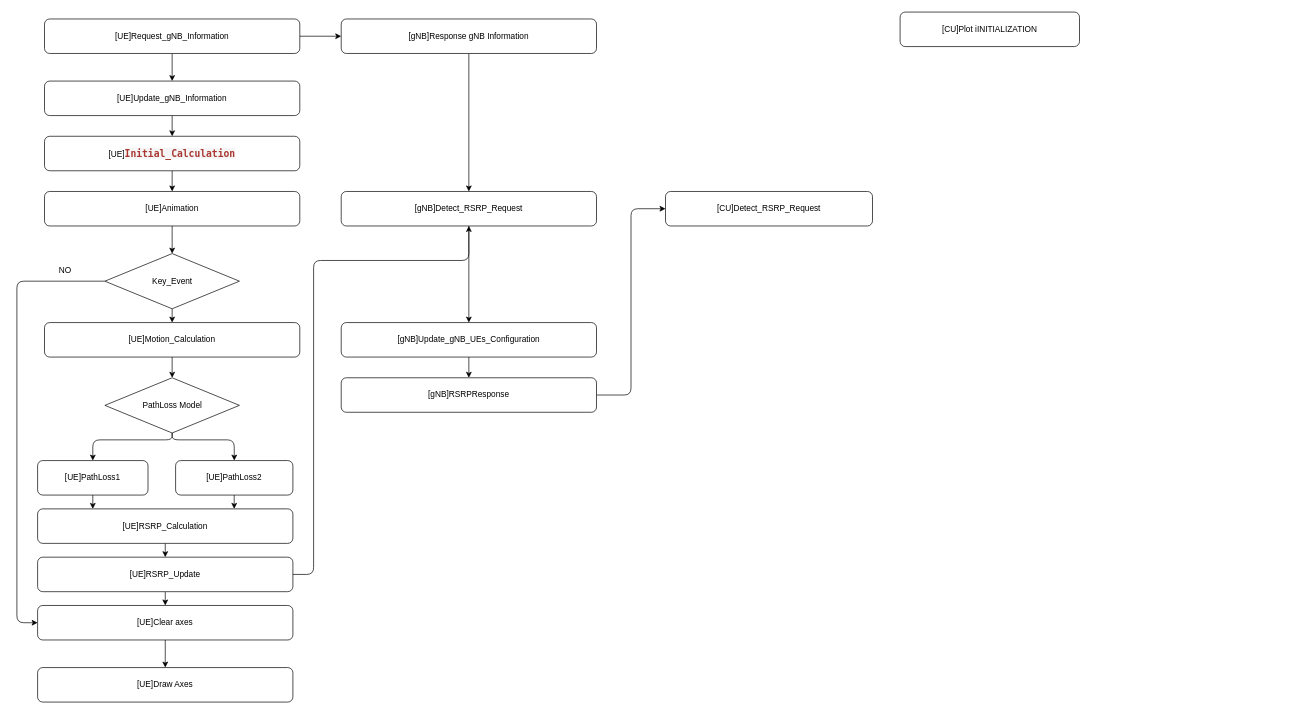
Before: page "Flow Chart" (2 of 2) of Images/RSRP_Detection.drawio in TsaiChuWang/Cloud-RAN-Simulation-Electronic-Fence-Based-on-NFV, a draw.io diagram. Source tidied: cells renumbered, new cells numbered last; positions are measured from the earlier drawing's top-left corner, leaving out a move shared by most shapes. Both pictures are drawn from the tidied source at 69%, with x=0, y=0 at pixel (17, 12).
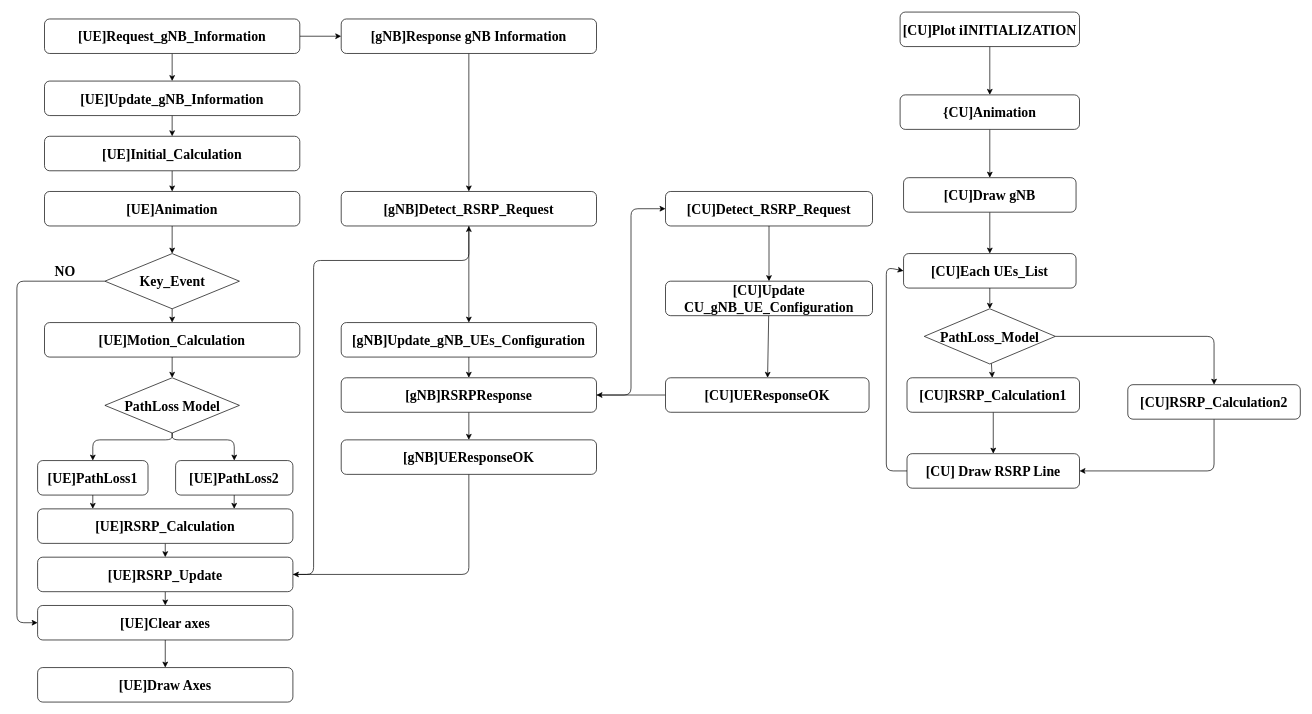
Above is the later version.

Change to the diagram source:
```diff
@@
-    <mxCell id="2" style="edgeStyle=none;html=1;" parent="1" edge="1" source="4" target="6">
+    <mxCell id="2" style="edgeStyle=none;html=1;labelBackgroundColor=none;fontFamily=Times New Roman;fontSize=20;fontStyle=1;fontColor=#000000;" parent="1" edge="1" source="4" target="6">
       <mxGeometry relative="1" as="geometry" />
     </mxCell>
-    <mxCell id="3" style="edgeStyle=none;html=1;" parent="1" edge="1" source="4" target="12">
+    <mxCell id="3" style="edgeStyle=none;html=1;labelBackgroundColor=none;fontFamily=Times New Roman;fontSize=20;fontStyle=1;fontColor=#000000;" parent="1" edge="1" source="4" target="12">
       <mxGeometry relative="1" as="geometry" />
     </mxCell>
-    <mxCell id="4" value="[UE]Request_gNB_Information" style="rounded=1;whiteSpace=wrap;html=1;" parent="1" vertex="1">
+    <mxCell id="4" value="[UE]Request_gNB_Information" style="rounded=1;whiteSpace=wrap;html=1;labelBackgroundColor=none;fontFamily=Times New Roman;fontSize=20;fontStyle=1;fontColor=#000000;" parent="1" vertex="1">
       <mxGeometry x="40" y="10" width="370" height="50" as="geometry" />
     </mxCell>
-    <mxCell id="5" style="edgeStyle=none;html=1;" parent="1" edge="1" source="6" target="8">
+    <mxCell id="5" style="edgeStyle=none;html=1;labelBackgroundColor=none;fontFamily=Times New Roman;fontSize=20;fontStyle=1;fontColor=#000000;" parent="1" edge="1" source="6" target="8">
       <mxGeometry relative="1" as="geometry" />
     </mxCell>
-    <mxCell id="6" value="[UE]Update_gNB_Information" style="rounded=1;whiteSpace=wrap;html=1;" parent="1" vertex="1">
+    <mxCell id="6" value="[UE]Update_gNB_Information" style="rounded=1;whiteSpace=wrap;html=1;labelBackgroundColor=none;fontFamily=Times New Roman;fontSize=20;fontStyle=1;fontColor=#000000;" parent="1" vertex="1">
       <mxGeometry x="40" y="100" width="370" height="50" as="geometry" />
     </mxCell>
-    <mxCell id="7" style="edgeStyle=none;html=1;" parent="1" edge="1" source="8" target="10">
+    <mxCell id="7" style="edgeStyle=none;html=1;labelBackgroundColor=none;fontFamily=Times New Roman;fontSize=20;fontStyle=1;fontColor=#000000;" parent="1" edge="1" source="8" target="10">
       <mxGeometry relative="1" as="geometry" />
     </mxCell>
-    <mxCell id="8" value="[UE]&lt;span style=&quot;color: rgb(170 , 55 , 49) ; font-weight: bold ; background-color: rgb(245 , 245 , 245) ; font-family: &amp;#34;droid sans mono&amp;#34; , &amp;#34;monospace&amp;#34; , monospace ; font-size: 14px&quot;&gt;Initial_Calculation&lt;/span&gt;" style="rounded=1;whiteSpace=wrap;html=1;" parent="1" vertex="1">
+    <mxCell id="8" value="[UE]&lt;span style=&quot;font-size: 20px;&quot;&gt;Initial_Calculation&lt;/span&gt;" style="rounded=1;whiteSpace=wrap;html=1;labelBackgroundColor=none;fontFamily=Times New Roman;fontSize=20;fontStyle=1;fontColor=#000000;" parent="1" vertex="1">
       <mxGeometry x="40" y="180" width="370" height="50" as="geometry" />
     </mxCell>
-    <mxCell id="9" style="edgeStyle=none;html=1;" parent="1" edge="1" source="10" target="15">
+    <mxCell id="9" style="edgeStyle=none;html=1;labelBackgroundColor=none;fontFamily=Times New Roman;fontSize=20;fontStyle=1;fontColor=#000000;" parent="1" edge="1" source="10" target="15">
       <mxGeometry relative="1" as="geometry" />
     </mxCell>
-    <mxCell id="10" value="[UE]Animation" style="rounded=1;whiteSpace=wrap;html=1;" parent="1" vertex="1">
+    <mxCell id="10" value="[UE]Animation" style="rounded=1;whiteSpace=wrap;html=1;labelBackgroundColor=none;fontFamily=Times New Roman;fontSize=20;fontStyle=1;fontColor=#000000;" parent="1" vertex="1">
       <mxGeometry x="40" y="260" width="370" height="50" as="geometry" />
     </mxCell>
-    <mxCell id="11" style="edgeStyle=none;html=1;" parent="1" edge="1" source="12" target="35">
+    <mxCell id="11" style="edgeStyle=none;html=1;labelBackgroundColor=none;fontFamily=Times New Roman;fontSize=20;fontStyle=1;fontColor=#000000;" parent="1" edge="1" source="12" target="35">
       <mxGeometry relative="1" as="geometry" />
     </mxCell>
-    <mxCell id="12" value="[gNB]Response gNB Information" style="rounded=1;whiteSpace=wrap;html=1;" parent="1" vertex="1">
+    <mxCell id="12" value="[gNB]Response gNB Information" style="rounded=1;whiteSpace=wrap;html=1;labelBackgroundColor=none;fontFamily=Times New Roman;fontSize=20;fontStyle=1;fontColor=#000000;" parent="1" vertex="1">
       <mxGeometry x="470" y="10" width="370" height="50" as="geometry" />
     </mxCell>
-    <mxCell id="13" style="edgeStyle=none;html=1;entryX=0;entryY=0.5;entryDx=0;entryDy=0;exitX=0;exitY=0.5;exitDx=0;exitDy=0;" parent="1" edge="1" source="15" target="17">
+    <mxCell id="13" style="edgeStyle=none;html=1;entryX=0;entryY=0.5;entryDx=0;entryDy=0;exitX=0;exitY=0.5;exitDx=0;exitDy=0;labelBackgroundColor=none;fontFamily=Times New Roman;fontSize=20;fontStyle=1;fontColor=#000000;" parent="1" edge="1" source="15" target="17">
       <mxGeometry relative="1" as="geometry">
         <Array as="points">
           <mxPoint y="390" />
           <mxPoint y="885" />
         </Array>
       </mxGeometry>
     </mxCell>
-    <mxCell id="14" style="edgeStyle=none;html=1;entryX=0.5;entryY=0;entryDx=0;entryDy=0;" parent="1" edge="1" source="15" target="20">
+    <mxCell id="14" style="edgeStyle=none;html=1;entryX=0.5;entryY=0;entryDx=0;entryDy=0;labelBackgroundColor=none;fontFamily=Times New Roman;fontSize=20;fontStyle=1;fontColor=#000000;" parent="1" edge="1" source="15" target="20">
       <mxGeometry relative="1" as="geometry" />
     </mxCell>
-    <mxCell id="15" value="Key_Event" style="rhombus;whiteSpace=wrap;html=1;" parent="1" vertex="1">
+    <mxCell id="15" value="Key_Event" style="rhombus;whiteSpace=wrap;html=1;labelBackgroundColor=none;fontFamily=Times New Roman;fontSize=20;fontStyle=1;fontColor=#000000;" parent="1" vertex="1">
       <mxGeometry x="127.5" y="350" width="195" height="80" as="geometry" />
     </mxCell>
-    <mxCell id="16" style="edgeStyle=none;html=1;" parent="1" edge="1" source="17" target="18">
+    <mxCell id="16" style="edgeStyle=none;html=1;labelBackgroundColor=none;fontFamily=Times New Roman;fontSize=20;fontStyle=1;fontColor=#000000;" parent="1" edge="1" source="17" target="18">
       <mxGeometry relative="1" as="geometry" />
     </mxCell>
-    <mxCell id="17" value="[UE]Clear axes" style="rounded=1;whiteSpace=wrap;html=1;" parent="1" vertex="1">
+    <mxCell id="17" value="[UE]Clear axes" style="rounded=1;whiteSpace=wrap;html=1;labelBackgroundColor=none;fontFamily=Times New Roman;fontSize=20;fontStyle=1;fontColor=#000000;" parent="1" vertex="1">
       <mxGeometry x="30" y="860" width="370" height="50" as="geometry" />
     </mxCell>
-    <mxCell id="18" value="[UE]Draw Axes" style="rounded=1;whiteSpace=wrap;html=1;" parent="1" vertex="1">
+    <mxCell id="18" value="[UE]Draw Axes" style="rounded=1;whiteSpace=wrap;html=1;labelBackgroundColor=none;fontFamily=Times New Roman;fontSize=20;fontStyle=1;fontColor=#000000;" parent="1" vertex="1">
       <mxGeometry x="30" y="950" width="370" height="50" as="geometry" />
     </mxCell>
-    <mxCell id="19" style="edgeStyle=none;html=1;" parent="1" edge="1" source="20" target="24">
+    <mxCell id="19" style="edgeStyle=none;html=1;labelBackgroundColor=none;fontFamily=Times New Roman;fontSize=20;fontStyle=1;fontColor=#000000;" parent="1" edge="1" source="20" target="24">
       <mxGeometry relative="1" as="geometry" />
     </mxCell>
-    <mxCell id="20" value="[UE]Motion_Calculation" style="rounded=1;whiteSpace=wrap;html=1;" parent="1" vertex="1">
+    <mxCell id="20" value="[UE]Motion_Calculation" style="rounded=1;whiteSpace=wrap;html=1;labelBackgroundColor=none;fontFamily=Times New Roman;fontSize=20;fontStyle=1;fontColor=#000000;" parent="1" vertex="1">
       <mxGeometry x="40" y="450" width="370" height="50" as="geometry" />
     </mxCell>
-    <mxCell id="21" value="NO" style="text;html=1;strokeColor=none;fillColor=none;align=center;verticalAlign=middle;whiteSpace=wrap;rounded=0;" parent="1" vertex="1">
+    <mxCell id="21" value="NO" style="text;html=1;strokeColor=none;fillColor=none;align=center;verticalAlign=middle;whiteSpace=wrap;rounded=0;labelBackgroundColor=none;fontFamily=Times New Roman;fontSize=20;fontStyle=1;fontColor=#000000;" parent="1" vertex="1">
       <mxGeometry x="40" y="360" width="60" height="30" as="geometry" />
     </mxCell>
-    <mxCell id="22" style="edgeStyle=none;html=1;entryX=0.5;entryY=0;entryDx=0;entryDy=0;" parent="1" edge="1" source="24" target="26">
+    <mxCell id="22" style="edgeStyle=none;html=1;entryX=0.5;entryY=0;entryDx=0;entryDy=0;labelBackgroundColor=none;fontFamily=Times New Roman;fontSize=20;fontStyle=1;fontColor=#000000;" parent="1" edge="1" source="24" target="26">
       <mxGeometry relative="1" as="geometry">
         <Array as="points">
           <mxPoint x="225" y="620" />
           <mxPoint x="110" y="620" />
         </Array>
       </mxGeometry>
     </mxCell>
-    <mxCell id="23" style="edgeStyle=none;html=1;entryX=0.5;entryY=0;entryDx=0;entryDy=0;" parent="1" edge="1" source="24" target="28">
+    <mxCell id="23" style="edgeStyle=none;html=1;entryX=0.5;entryY=0;entryDx=0;entryDy=0;labelBackgroundColor=none;fontFamily=Times New Roman;fontSize=20;fontStyle=1;fontColor=#000000;" parent="1" edge="1" source="24" target="28">
       <mxGeometry relative="1" as="geometry">
         <Array as="points">
           <mxPoint x="225" y="620" />
           <mxPoint x="315" y="620" />
         </Array>
       </mxGeometry>
     </mxCell>
-    <mxCell id="24" value="PathLoss Model" style="rhombus;whiteSpace=wrap;html=1;" parent="1" vertex="1">
+    <mxCell id="24" value="PathLoss Model" style="rhombus;whiteSpace=wrap;html=1;labelBackgroundColor=none;fontFamily=Times New Roman;fontSize=20;fontStyle=1;fontColor=#000000;" parent="1" vertex="1">
       <mxGeometry x="127.5" y="530" width="195" height="80" as="geometry" />
     </mxCell>
-    <mxCell id="25" style="edgeStyle=none;html=1;" parent="1" edge="1" source="26">
+    <mxCell id="25" style="edgeStyle=none;html=1;labelBackgroundColor=none;fontFamily=Times New Roman;fontSize=20;fontStyle=1;fontColor=#000000;" parent="1" edge="1" source="26">
       <mxGeometry relative="1" as="geometry">
         <mxPoint x="110" y="720" as="targetPoint" />
       </mxGeometry>
     </mxCell>
-    <mxCell id="26" value="[UE]PathLoss1" style="rounded=1;whiteSpace=wrap;html=1;" parent="1" vertex="1">
+    <mxCell id="26" value="[UE]PathLoss1" style="rounded=1;whiteSpace=wrap;html=1;labelBackgroundColor=none;fontFamily=Times New Roman;fontSize=20;fontStyle=1;fontColor=#000000;" parent="1" vertex="1">
       <mxGeometry x="30" y="650" width="160" height="50" as="geometry" />
     </mxCell>
-    <mxCell id="27" style="edgeStyle=none;html=1;entryX=0.77;entryY=0;entryDx=0;entryDy=0;entryPerimeter=0;" parent="1" edge="1" source="28" target="30">
+    <mxCell id="27" style="edgeStyle=none;html=1;entryX=0.77;entryY=0;entryDx=0;entryDy=0;entryPerimeter=0;labelBackgroundColor=none;fontFamily=Times New Roman;fontSize=20;fontStyle=1;fontColor=#000000;" parent="1" edge="1" source="28" target="30">
       <mxGeometry relative="1" as="geometry" />
     </mxCell>
-    <mxCell id="28" value="[UE]PathLoss2" style="rounded=1;whiteSpace=wrap;html=1;" parent="1" vertex="1">
+    <mxCell id="28" value="[UE]PathLoss2" style="rounded=1;whiteSpace=wrap;html=1;labelBackgroundColor=none;fontFamily=Times New Roman;fontSize=20;fontStyle=1;fontColor=#000000;" parent="1" vertex="1">
       <mxGeometry x="230" y="650" width="170" height="50" as="geometry" />
     </mxCell>
-    <mxCell id="29" style="edgeStyle=none;html=1;" parent="1" edge="1" source="30" target="33">
+    <mxCell id="29" style="edgeStyle=none;html=1;labelBackgroundColor=none;fontFamily=Times New Roman;fontSize=20;fontStyle=1;fontColor=#000000;" parent="1" edge="1" source="30" target="33">
       <mxGeometry relative="1" as="geometry" />
     </mxCell>
-    <mxCell id="30" value="[UE]RSRP_Calculation" style="rounded=1;whiteSpace=wrap;html=1;" parent="1" vertex="1">
+    <mxCell id="30" value="[UE]RSRP_Calculation" style="rounded=1;whiteSpace=wrap;html=1;labelBackgroundColor=none;fontFamily=Times New Roman;fontSize=20;fontStyle=1;fontColor=#000000;" parent="1" vertex="1">
       <mxGeometry x="30" y="720" width="370" height="50" as="geometry" />
     </mxCell>
-    <mxCell id="31" style="edgeStyle=none;html=1;" parent="1" edge="1" source="33" target="17">
+    <mxCell id="31" style="edgeStyle=none;html=1;labelBackgroundColor=none;fontFamily=Times New Roman;fontSize=20;fontStyle=1;fontColor=#000000;" parent="1" edge="1" source="33" target="17">
       <mxGeometry relative="1" as="geometry" />
     </mxCell>
-    <mxCell id="32" style="edgeStyle=none;html=1;exitX=1;exitY=0.5;exitDx=0;exitDy=0;" parent="1" edge="1" source="33" target="35">
+    <mxCell id="32" style="edgeStyle=none;html=1;exitX=1;exitY=0.5;exitDx=0;exitDy=0;labelBackgroundColor=none;fontFamily=Times New Roman;fontSize=20;fontStyle=1;fontColor=#000000;" parent="1" edge="1" source="33" target="35">
       <mxGeometry relative="1" as="geometry">
         <Array as="points">
           <mxPoint x="430" y="815" />
           <mxPoint x="430" y="360" />
           <mxPoint x="655" y="360" />
         </Array>
       </mxGeometry>
     </mxCell>
-    <mxCell id="33" value="[UE]RSRP_Update" style="rounded=1;whiteSpace=wrap;html=1;" parent="1" vertex="1">
+    <mxCell id="33" value="[UE]RSRP_Update" style="rounded=1;whiteSpace=wrap;html=1;labelBackgroundColor=none;fontFamily=Times New Roman;fontSize=20;fontStyle=1;fontColor=#000000;" parent="1" vertex="1">
       <mxGeometry x="30" y="790" width="370" height="50" as="geometry" />
     </mxCell>
-    <mxCell id="34" style="edgeStyle=none;html=1;" parent="1" edge="1" source="35" target="39">
+    <mxCell id="34" style="edgeStyle=none;html=1;labelBackgroundColor=none;fontFamily=Times New Roman;fontSize=20;fontStyle=1;fontColor=#000000;" parent="1" edge="1" source="35" target="39">
       <mxGeometry relative="1" as="geometry" />
     </mxCell>
-    <mxCell id="35" value="[gNB]Detect_RSRP_Request" style="rounded=1;whiteSpace=wrap;html=1;" parent="1" vertex="1">
+    <mxCell id="35" value="[gNB]Detect_RSRP_Request" style="rounded=1;whiteSpace=wrap;html=1;labelBackgroundColor=none;fontFamily=Times New Roman;fontSize=20;fontStyle=1;fontColor=#000000;" parent="1" vertex="1">
       <mxGeometry x="470" y="260" width="370" height="50" as="geometry" />
     </mxCell>
+    <mxCell id="42" style="edgeStyle=none;html=1;entryX=0.5;entryY=0;entryDx=0;entryDy=0;labelBackgroundColor=none;fontFamily=Times New Roman;fontSize=20;fontStyle=1;fontColor=#000000;" parent="1" edge="1" source="36" target="48">
+      <mxGeometry relative="1" as="geometry" />
+    </mxCell>
-    <mxCell id="36" value="[CU]Detect_RSRP_Request" style="rounded=1;whiteSpace=wrap;html=1;" parent="1" vertex="1">
+    <mxCell id="36" value="[CU]Detect_RSRP_Request" style="rounded=1;whiteSpace=wrap;html=1;labelBackgroundColor=none;fontFamily=Times New Roman;fontSize=20;fontStyle=1;fontColor=#000000;" parent="1" vertex="1">
       <mxGeometry x="940" y="260" width="300" height="50" as="geometry" />
     </mxCell>
+    <mxCell id="43" style="edgeStyle=none;html=1;labelBackgroundColor=none;fontFamily=Times New Roman;fontSize=20;fontStyle=1;fontColor=#000000;" parent="1" edge="1" source="37" target="46">
+      <mxGeometry relative="1" as="geometry" />
+    </mxCell>
-    <mxCell id="37" value="[CU]Plot iINITIALIZATION" style="rounded=1;whiteSpace=wrap;html=1;" parent="1" vertex="1">
+    <mxCell id="37" value="[CU]Plot iINITIALIZATION" style="rounded=1;whiteSpace=wrap;html=1;labelBackgroundColor=none;fontFamily=Times New Roman;fontSize=20;fontStyle=1;fontColor=#000000;" parent="1" vertex="1">
       <mxGeometry x="1280" width="260" height="50" as="geometry" />
     </mxCell>
-    <mxCell id="38" style="edgeStyle=none;html=1;" parent="1" edge="1" source="39" target="41">
+    <mxCell id="38" style="edgeStyle=none;html=1;labelBackgroundColor=none;fontFamily=Times New Roman;fontSize=20;fontStyle=1;fontColor=#000000;" parent="1" edge="1" source="39" target="41">
       <mxGeometry relative="1" as="geometry" />
     </mxCell>
-    <mxCell id="39" value="[gNB]Update_gNB_UEs_Configuration" style="rounded=1;whiteSpace=wrap;html=1;" parent="1" vertex="1">
+    <mxCell id="39" value="[gNB]Update_gNB_UEs_Configuration" style="rounded=1;whiteSpace=wrap;html=1;labelBackgroundColor=none;fontFamily=Times New Roman;fontSize=20;fontStyle=1;fontColor=#000000;" parent="1" vertex="1">
       <mxGeometry x="470" y="450" width="370" height="50" as="geometry" />
     </mxCell>
-    <mxCell id="40" style="edgeStyle=none;html=1;entryX=0;entryY=0.5;entryDx=0;entryDy=0;exitX=1;exitY=0.5;exitDx=0;exitDy=0;" parent="1" edge="1" source="41" target="36">
+    <mxCell id="40" style="edgeStyle=none;html=1;entryX=0;entryY=0.5;entryDx=0;entryDy=0;exitX=1;exitY=0.5;exitDx=0;exitDy=0;labelBackgroundColor=none;fontFamily=Times New Roman;fontSize=20;fontStyle=1;fontColor=#000000;" parent="1" edge="1" source="41" target="36">
       <mxGeometry relative="1" as="geometry">
         <Array as="points">
           <mxPoint x="890" y="555" />
           <mxPoint x="890" y="285" />
         </Array>
       </mxGeometry>
     </mxCell>
+    <mxCell id="44" style="edgeStyle=none;html=1;labelBackgroundColor=none;fontFamily=Times New Roman;fontSize=20;fontStyle=1;fontColor=#000000;" parent="1" edge="1" source="41" target="50">
+      <mxGeometry relative="1" as="geometry" />
+    </mxCell>
-    <mxCell id="41" value="[gNB]RSRPResponse" style="rounded=1;whiteSpace=wrap;html=1;" parent="1" vertex="1">
+    <mxCell id="41" value="[gNB]RSRPResponse" style="rounded=1;whiteSpace=wrap;html=1;labelBackgroundColor=none;fontFamily=Times New Roman;fontSize=20;fontStyle=1;fontColor=#000000;" parent="1" vertex="1">
       <mxGeometry x="470" y="530" width="370" height="50" as="geometry" />
     </mxCell>
+    <mxCell id="45" style="edgeStyle=none;html=1;entryX=0.5;entryY=0;entryDx=0;entryDy=0;labelBackgroundColor=none;fontFamily=Times New Roman;fontSize=20;fontStyle=1;fontColor=#000000;" parent="1" edge="1" source="46" target="54">
+      <mxGeometry relative="1" as="geometry" />
+    </mxCell>
+    <mxCell id="46" value="{CU]Animation" style="rounded=1;whiteSpace=wrap;html=1;labelBackgroundColor=none;fontFamily=Times New Roman;fontSize=20;fontStyle=1;fontColor=#000000;" parent="1" vertex="1">
+      <mxGeometry x="1280" y="120" width="260" height="50" as="geometry" />
+    </mxCell>
+    <mxCell id="47" style="edgeStyle=none;html=1;labelBackgroundColor=none;fontFamily=Times New Roman;fontSize=20;fontStyle=1;fontColor=#000000;" parent="1" edge="1" source="48" target="52">
+      <mxGeometry relative="1" as="geometry" />
+    </mxCell>
+    <mxCell id="48" value="[CU]Update CU_gNB_UE_Configuration" style="rounded=1;whiteSpace=wrap;html=1;labelBackgroundColor=none;fontFamily=Times New Roman;fontSize=20;fontStyle=1;fontColor=#000000;" parent="1" vertex="1">
+      <mxGeometry x="940" y="390" width="300" height="50" as="geometry" />
+    </mxCell>
+    <mxCell id="49" style="edgeStyle=none;html=1;entryX=1;entryY=0.5;entryDx=0;entryDy=0;labelBackgroundColor=none;fontFamily=Times New Roman;fontSize=20;fontStyle=1;fontColor=#000000;" parent="1" edge="1" source="50" target="33">
+      <mxGeometry relative="1" as="geometry">
+        <Array as="points">
+          <mxPoint x="655" y="815" />
+        </Array>
+      </mxGeometry>
+    </mxCell>
+    <mxCell id="50" value="[gNB]UEResponseOK" style="rounded=1;whiteSpace=wrap;html=1;labelBackgroundColor=none;fontFamily=Times New Roman;fontSize=20;fontStyle=1;fontColor=#000000;" parent="1" vertex="1">
+      <mxGeometry x="470" y="620" width="370" height="50" as="geometry" />
+    </mxCell>
+    <mxCell id="51" style="edgeStyle=none;html=1;entryX=1;entryY=0.5;entryDx=0;entryDy=0;labelBackgroundColor=none;fontFamily=Times New Roman;fontSize=20;fontStyle=1;fontColor=#000000;" parent="1" edge="1" source="52" target="41">
+      <mxGeometry relative="1" as="geometry" />
+    </mxCell>
+    <mxCell id="52" value="[CU]UEResponseOK" style="rounded=1;whiteSpace=wrap;html=1;labelBackgroundColor=none;fontFamily=Times New Roman;fontSize=20;fontStyle=1;fontColor=#000000;" parent="1" vertex="1">
+      <mxGeometry x="940" y="530" width="295" height="50" as="geometry" />
+    </mxCell>
+    <mxCell id="53" style="edgeStyle=none;html=1;labelBackgroundColor=none;fontFamily=Times New Roman;fontSize=20;fontStyle=1;fontColor=#000000;" parent="1" edge="1" source="54" target="56">
+      <mxGeometry relative="1" as="geometry" />
+    </mxCell>
+    <mxCell id="54" value="[CU]Draw gNB" style="rounded=1;whiteSpace=wrap;html=1;labelBackgroundColor=none;fontFamily=Times New Roman;fontSize=20;fontStyle=1;fontColor=#000000;" parent="1" vertex="1">
+      <mxGeometry x="1285" y="240" width="250" height="50" as="geometry" />
+    </mxCell>
+    <mxCell id="55" style="edgeStyle=none;html=1;labelBackgroundColor=none;fontFamily=Times New Roman;fontSize=20;fontStyle=1;fontColor=#000000;" parent="1" edge="1" source="56" target="59">
+      <mxGeometry relative="1" as="geometry" />
+    </mxCell>
+    <mxCell id="56" value="[CU]Each UEs_List" style="rounded=1;whiteSpace=wrap;html=1;labelBackgroundColor=none;fontFamily=Times New Roman;fontSize=20;fontStyle=1;fontColor=#000000;" parent="1" vertex="1">
+      <mxGeometry x="1285" y="350" width="250" height="50" as="geometry" />
+    </mxCell>
+    <mxCell id="57" style="edgeStyle=none;html=1;labelBackgroundColor=none;fontFamily=Times New Roman;fontSize=20;fontStyle=1;fontColor=#000000;" parent="1" edge="1" source="59" target="61">
+      <mxGeometry relative="1" as="geometry" />
+    </mxCell>
+    <mxCell id="58" style="edgeStyle=none;html=1;entryX=0.5;entryY=0;entryDx=0;entryDy=0;exitX=1;exitY=0.5;exitDx=0;exitDy=0;labelBackgroundColor=none;fontFamily=Times New Roman;fontSize=20;fontStyle=1;fontColor=#000000;" parent="1" edge="1" source="59" target="63">
+      <mxGeometry relative="1" as="geometry">
+        <Array as="points">
+          <mxPoint x="1735" y="470" />
+        </Array>
+      </mxGeometry>
+    </mxCell>
+    <mxCell id="59" value="PathLoss_Model" style="rhombus;whiteSpace=wrap;html=1;labelBackgroundColor=none;fontFamily=Times New Roman;fontSize=20;fontStyle=1;fontColor=#000000;" parent="1" vertex="1">
+      <mxGeometry x="1315" y="430" width="190" height="80" as="geometry" />
+    </mxCell>
+    <mxCell id="60" style="edgeStyle=none;html=1;entryX=0.5;entryY=0;entryDx=0;entryDy=0;labelBackgroundColor=none;fontFamily=Times New Roman;fontSize=20;fontStyle=1;fontColor=#000000;" parent="1" edge="1" source="61" target="65">
+      <mxGeometry relative="1" as="geometry" />
+    </mxCell>
+    <mxCell id="61" value="[CU]RSRP_Calculation1" style="rounded=1;whiteSpace=wrap;html=1;labelBackgroundColor=none;fontFamily=Times New Roman;fontSize=20;fontStyle=1;fontColor=#000000;" parent="1" vertex="1">
+      <mxGeometry x="1290" y="530" width="250" height="50" as="geometry" />
+    </mxCell>
+    <mxCell id="62" style="edgeStyle=none;html=1;entryX=1;entryY=0.5;entryDx=0;entryDy=0;labelBackgroundColor=none;fontFamily=Times New Roman;fontSize=20;fontStyle=1;fontColor=#000000;" parent="1" edge="1" source="63" target="65">
+      <mxGeometry relative="1" as="geometry">
+        <Array as="points">
+          <mxPoint x="1735" y="665" />
+        </Array>
+      </mxGeometry>
+    </mxCell>
+    <mxCell id="63" value="[CU]RSRP_Calculation2" style="rounded=1;whiteSpace=wrap;html=1;labelBackgroundColor=none;fontFamily=Times New Roman;fontSize=20;fontStyle=1;fontColor=#000000;" parent="1" vertex="1">
+      <mxGeometry x="1610" y="540" width="250" height="50" as="geometry" />
+    </mxCell>
+    <mxCell id="64" style="edgeStyle=none;html=1;entryX=0;entryY=0.5;entryDx=0;entryDy=0;exitX=0;exitY=0.5;exitDx=0;exitDy=0;labelBackgroundColor=none;fontFamily=Times New Roman;fontSize=20;fontStyle=1;fontColor=#000000;" parent="1" edge="1" source="65" target="56">
+      <mxGeometry relative="1" as="geometry">
+        <Array as="points">
+          <mxPoint x="1260" y="665" />
+          <mxPoint x="1260" y="370" />
+        </Array>
+      </mxGeometry>
+    </mxCell>
+    <mxCell id="65" value="[CU] Draw RSRP Line" style="rounded=1;whiteSpace=wrap;html=1;labelBackgroundColor=none;fontFamily=Times New Roman;fontSize=20;fontStyle=1;fontColor=#000000;" parent="1" vertex="1">
+      <mxGeometry x="1290" y="640" width="250" height="50" as="geometry" />
+    </mxCell>
```
